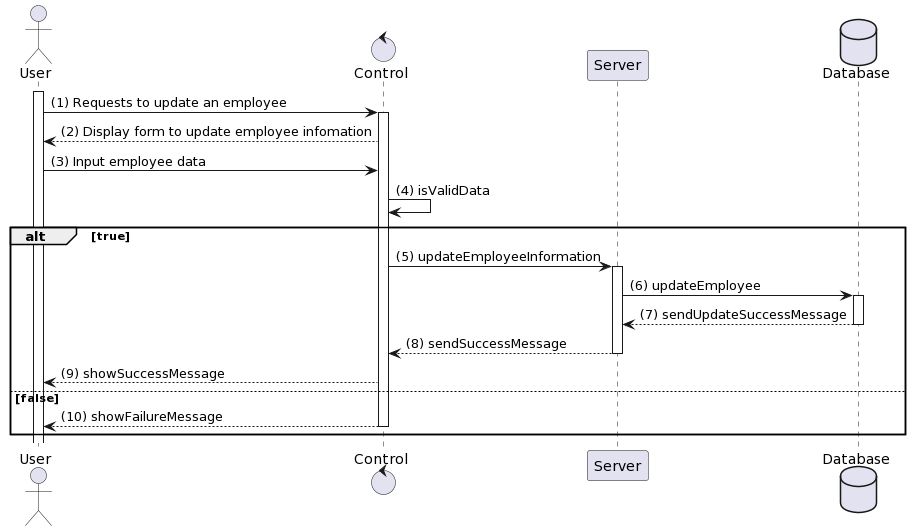
This is Lab 1/Lab 1.2/sequence_diagram/employee_management/update_employee.png from H1eu69/SE357-Pratice-class, a PlantUML export, as it was before one commit.
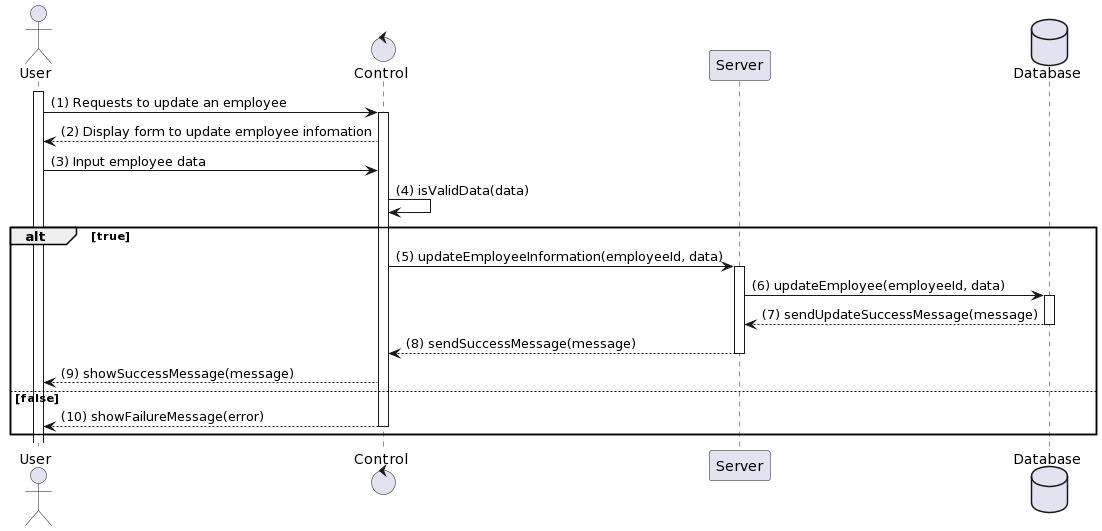
After the change.

Change to the diagram source:
```diff
@@ -9,19 +9,19 @@
 activate C
 C --> User: (2) Display form to update employee infomation
 User -> C: (3) Input employee data
-C -> C: (4) isValidData
+C -> C: (4) isValidData(data)
 alt true
-    C -> S: (5) updateEmployeeInformation
+    C -> S: (5) updateEmployeeInformation(employeeId, data)
     activate S
-    S -> Database: (6) updateEmployee
+    S -> Database: (6) updateEmployee(employeeId, data)
     activate Database
-    Database --> S: (7) sendUpdateSuccessMessage
+    Database --> S: (7) sendUpdateSuccessMessage(message)
     deactivate Database
-    S --> C: (8) sendSuccessMessage
+    S --> C: (8) sendSuccessMessage(message)
     deactivate S
-    C --> User: (9) showSuccessMessage
+    C --> User: (9) showSuccessMessage(message)
 else false
-    C --> User: (10) showFailureMessage
+    C --> User: (10) showFailureMessage(error)
     deactivate C
 end
 @enduml
```
